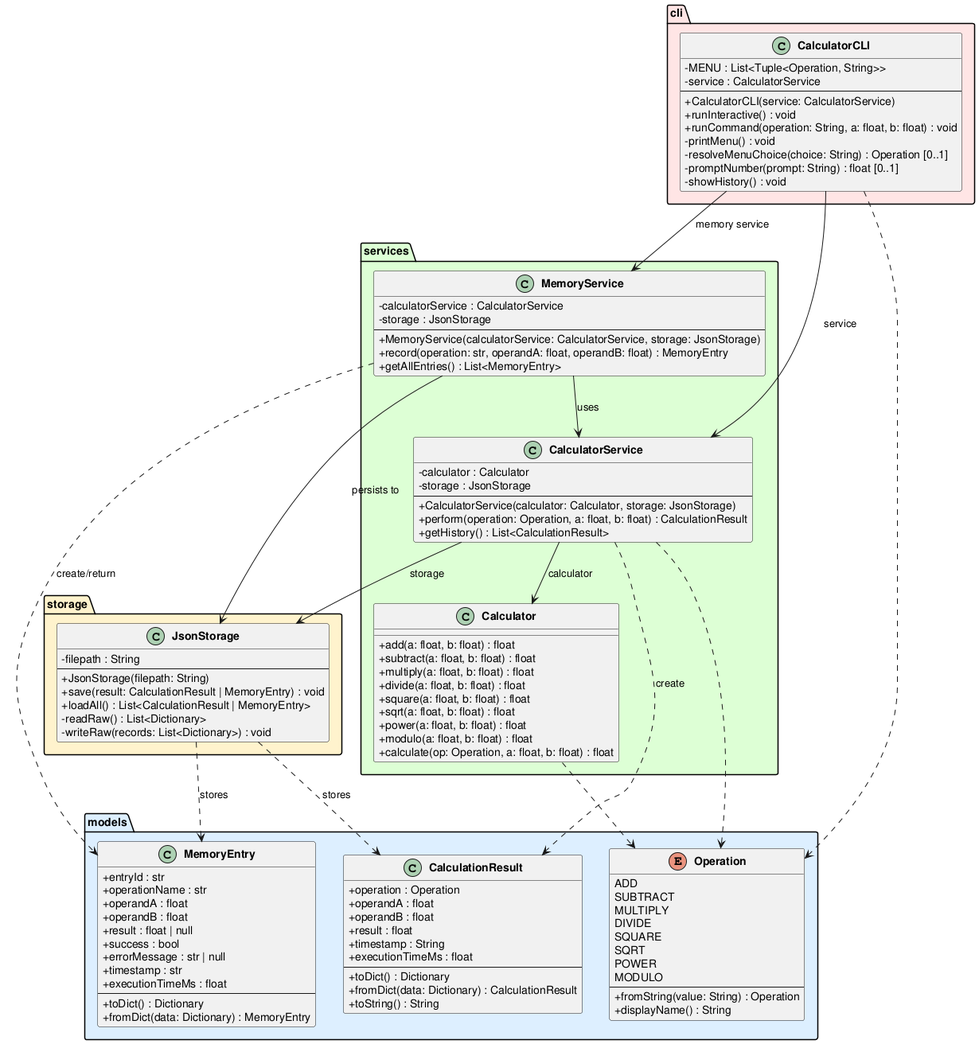
This is experiments/supervisor_as_tools/user_stories/calculator/artifacts/class_diagram.png from DanielRiha8906/Software_autoevolution_using_agents, a PlantUML export, as it was before one commit.
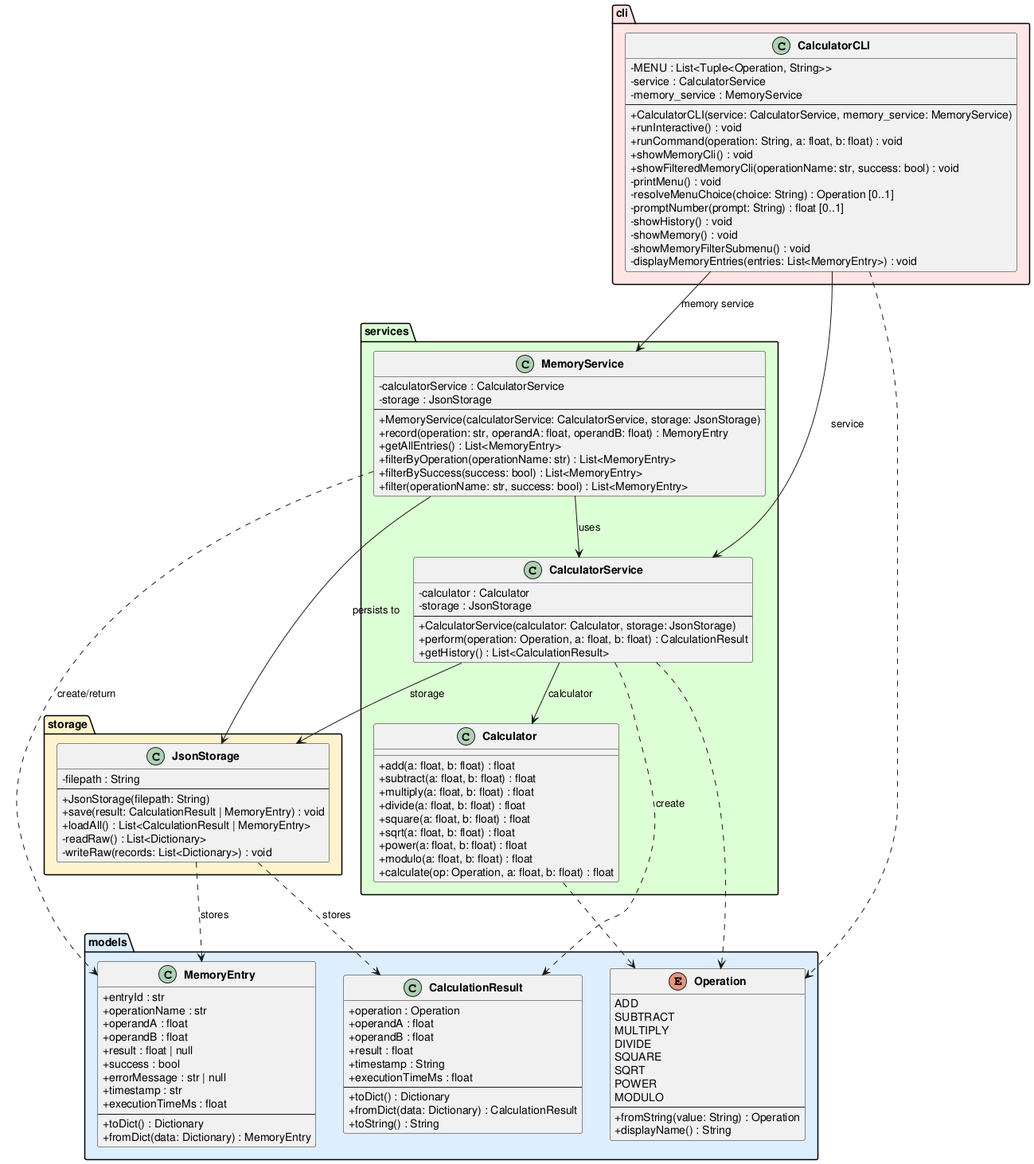
Later version of the same file.

Change to the diagram source:
```diff
@@ -76,6 +76,9 @@
         +MemoryService(calculatorService: CalculatorService, storage: JsonStorage)
         +record(operation: str, operandA: float, operandB: float) : MemoryEntry
         +getAllEntries() : List<MemoryEntry>
+        +filterByOperation(operationName: str) : List<MemoryEntry>
+        +filterBySuccess(success: bool) : List<MemoryEntry>
+        +filter(operationName: str, success: bool) : List<MemoryEntry>
     }
 }
 
@@ -95,14 +98,20 @@
     class CalculatorCLI {
         -MENU : List<Tuple<Operation, String>>
         -service : CalculatorService
+        -memory_service : MemoryService
         --
-        +CalculatorCLI(service: CalculatorService)
+        +CalculatorCLI(service: CalculatorService, memory_service: MemoryService)
         +runInteractive() : void
         +runCommand(operation: String, a: float, b: float) : void
+        +showMemoryCli() : void
+        +showFilteredMemoryCli(operationName: str, success: bool) : void
         -printMenu() : void
         -resolveMenuChoice(choice: String) : Operation [0..1]
         -promptNumber(prompt: String) : float [0..1]
         -showHistory() : void
+        -showMemory() : void
+        -showMemoryFilterSubmenu() : void
+        -displayMemoryEntries(entries: List<MemoryEntry>) : void
     }
 }
 
```
